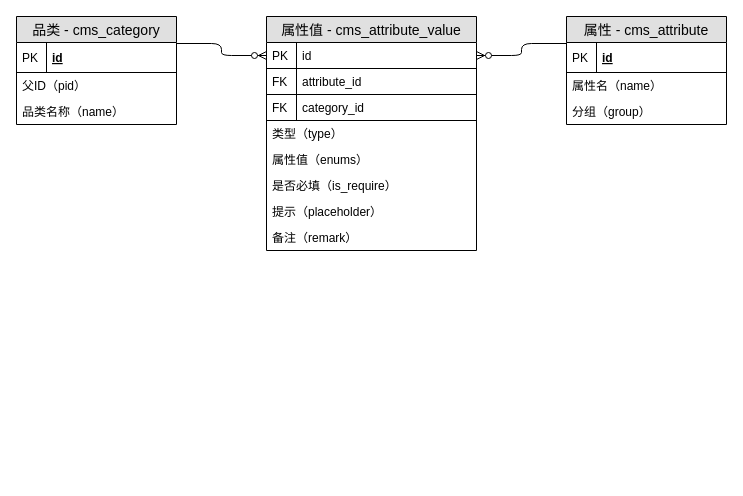
jason-live/flow keeps this draw.io diagram as 技术架构.drawio. Above is the earlier version. Source tidied: cells renumbered, new cells numbered last; positions are measured from the earlier drawing's top-left corner, leaving out a move shared by most shapes. Both pictures are drawn from the tidied source at 100%, with x=0, y=0 at pixel (16, 16).
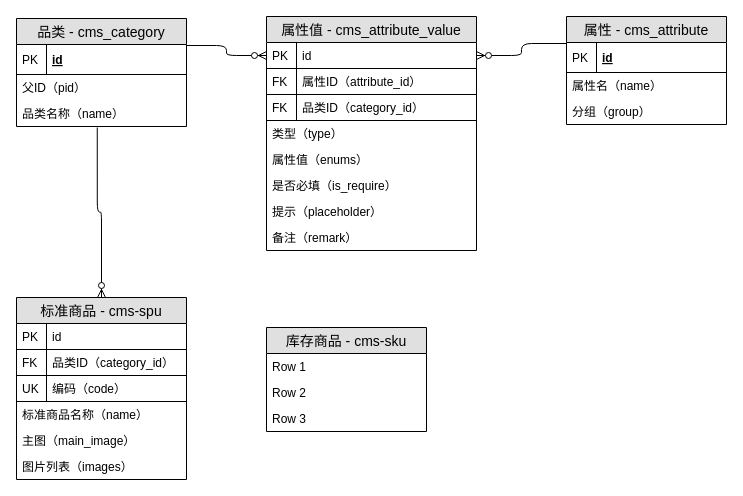
The same page after the edit.

Commit message (it also covers changes not shown here):
更新技术架构.drawio

Unchanged cells that the change refers to:
```xml
<mxCell id="12" value="属性值 - cms_attribute_value" style="swimlane;fontStyle=0;horizontal=1;startSize=26;fillColor=#e0e0e0;swimlaneFillColor=#ffffff;align=center;fontSize=14;" parent="1" vertex="1">
  <mxGeometry x="250" width="210" height="234" as="geometry" />
</mxCell>
```

What changed in the source:
```diff
@@
-    <mxCell id="2" value="品类 - cms_category" style="swimlane;fontStyle=0;horizontal=1;startSize=26;fillColor=#e0e0e0;swimlaneFillColor=#ffffff;align=center;fontSize=14;" parent="1" vertex="1">
-      <mxGeometry width="160" height="108" as="geometry" />
-    </mxCell>
-    <mxCell id="3" value="id" style="shape=partialRectangle;top=0;left=0;right=0;bottom=1;align=left;verticalAlign=middle;fillColor=none;spacingLeft=34;spacingRight=4;overflow=hidden;fontStyle=5;fontSize=12;" parent="2" vertex="1">
-      <mxGeometry y="26" width="160" height="30" as="geometry" />
-    </mxCell>
-    <mxCell id="4" value="PK" style="shape=partialRectangle;top=0;left=0;bottom=0;fillColor=none;align=left;verticalAlign=middle;spacingLeft=4;spacingRight=4;overflow=hidden;fontSize=12;" parent="3" vertex="1">
-      <mxGeometry width="30" height="30" as="geometry" />
-    </mxCell>
-    <mxCell id="5" value="父ID（pid）" style="text;strokeColor=none;fillColor=none;spacingLeft=4;spacingRight=4;overflow=hidden;fontSize=12;" parent="2" vertex="1">
-      <mxGeometry y="56" width="160" height="26" as="geometry" />
-    </mxCell>
-    <mxCell id="6" value="品类名称（name）" style="text;strokeColor=none;fillColor=none;spacingLeft=4;spacingRight=4;overflow=hidden;points=[[0,0.5],[1,0.5]];portConstraint=eastwest;fontSize=12;" parent="2" vertex="1">
-      <mxGeometry y="82" width="160" height="26" as="geometry" />
-    </mxCell>
@@
-    <mxCell id="15" value="attribute_id" style="shape=partialRectangle;top=0;left=0;right=0;bottom=1;align=left;verticalAlign=top;fillColor=none;spacingLeft=34;spacingRight=4;overflow=hidden;fontSize=12;" parent="12" vertex="1">
+    <mxCell id="15" value="属性ID（attribute_id）" style="shape=partialRectangle;top=0;left=0;right=0;bottom=1;align=left;verticalAlign=top;fillColor=none;spacingLeft=34;spacingRight=4;overflow=hidden;fontSize=12;" parent="12" vertex="1">
       <mxGeometry y="52" width="210" height="26" as="geometry" />
     </mxCell>
@@
-    <mxCell id="17" value="category_id" style="shape=partialRectangle;top=0;left=0;right=0;bottom=1;align=left;verticalAlign=top;fillColor=none;spacingLeft=34;spacingRight=4;overflow=hidden;fontSize=12;" parent="12" vertex="1">
+    <mxCell id="17" value="品类ID（category_id）" style="shape=partialRectangle;top=0;left=0;right=0;bottom=1;align=left;verticalAlign=top;fillColor=none;spacingLeft=34;spacingRight=4;overflow=hidden;fontSize=12;" parent="12" vertex="1">
       <mxGeometry y="78" width="210" height="26" as="geometry" />
     </mxCell>
@@
+    <mxCell id="26" value="标准商品 - cms-spu" style="swimlane;fontStyle=0;horizontal=1;startSize=26;fillColor=#e0e0e0;swimlaneFillColor=#ffffff;align=center;fontSize=14;" parent="1" vertex="1">
+      <mxGeometry y="281" width="170" height="182" as="geometry" />
+    </mxCell>
+    <mxCell id="27" value="id" style="shape=partialRectangle;top=0;left=0;right=0;bottom=1;align=left;verticalAlign=top;fillColor=none;spacingLeft=34;spacingRight=4;overflow=hidden;fontSize=12;" parent="26" vertex="1">
+      <mxGeometry y="26" width="170" height="26" as="geometry" />
+    </mxCell>
+    <mxCell id="28" value="PK" style="shape=partialRectangle;top=0;left=0;bottom=0;fillColor=none;align=left;verticalAlign=top;spacingLeft=4;spacingRight=4;overflow=hidden;fontSize=12;" parent="27" vertex="1">
+      <mxGeometry width="30" height="26" as="geometry" />
+    </mxCell>
+    <mxCell id="29" value="品类ID（category_id）" style="shape=partialRectangle;top=0;left=0;right=0;bottom=1;align=left;verticalAlign=top;fillColor=none;spacingLeft=34;spacingRight=4;overflow=hidden;fontSize=12;" parent="26" vertex="1">
+      <mxGeometry y="52" width="170" height="26" as="geometry" />
+    </mxCell>
+    <mxCell id="30" value="FK" style="shape=partialRectangle;top=0;left=0;bottom=0;fillColor=none;align=left;verticalAlign=top;spacingLeft=4;spacingRight=4;overflow=hidden;fontSize=12;" parent="29" vertex="1">
+      <mxGeometry width="30" height="26" as="geometry" />
+    </mxCell>
+    <mxCell id="31" value="编码（code）" style="shape=partialRectangle;top=0;left=0;right=0;bottom=1;align=left;verticalAlign=top;fillColor=none;spacingLeft=34;spacingRight=4;overflow=hidden;fontSize=12;" parent="26" vertex="1">
+      <mxGeometry y="78" width="170" height="26" as="geometry" />
+    </mxCell>
+    <mxCell id="32" value="UK" style="shape=partialRectangle;top=0;left=0;bottom=0;fillColor=none;align=left;verticalAlign=top;spacingLeft=4;spacingRight=4;overflow=hidden;fontSize=12;" parent="31" vertex="1">
+      <mxGeometry width="30" height="26" as="geometry" />
+    </mxCell>
+    <mxCell id="33" value="标准商品名称（name）" style="text;strokeColor=none;fillColor=none;spacingLeft=4;spacingRight=4;overflow=hidden;fontSize=12;" parent="26" vertex="1">
+      <mxGeometry y="104" width="170" height="26" as="geometry" />
+    </mxCell>
+    <mxCell id="34" value="主图（main_image）" style="text;strokeColor=none;fillColor=none;spacingLeft=4;spacingRight=4;overflow=hidden;fontSize=12;" parent="26" vertex="1">
+      <mxGeometry y="130" width="170" height="26" as="geometry" />
+    </mxCell>
+    <mxCell id="35" value="图片列表（images）" style="text;strokeColor=none;fillColor=none;spacingLeft=4;spacingRight=4;overflow=hidden;fontSize=12;" parent="26" vertex="1">
+      <mxGeometry y="156" width="170" height="26" as="geometry" />
+    </mxCell>
+    <mxCell id="36" style="fontSize=12;html=1;endArrow=ERzeroToMany;endFill=1;entryX=0.5;entryY=0;entryDx=0;entryDy=0;exitX=0.475;exitY=1.038;exitDx=0;exitDy=0;exitPerimeter=0;edgeStyle=orthogonalEdgeStyle;" parent="1" edge="1" source="6" target="26">
+      <mxGeometry relative="1" as="geometry" />
+    </mxCell>
+    <mxCell id="37" value="库存商品 - cms-sku" style="swimlane;fontStyle=0;horizontal=1;startSize=26;fillColor=#e0e0e0;swimlaneFillColor=#ffffff;align=center;fontSize=14;" parent="1" vertex="1">
+      <mxGeometry x="250" y="311" width="160" height="104" as="geometry" />
+    </mxCell>
+    <mxCell id="38" value="Row 1" style="text;strokeColor=none;fillColor=none;spacingLeft=4;spacingRight=4;overflow=hidden;fontSize=12;" parent="37" vertex="1">
+      <mxGeometry y="26" width="160" height="26" as="geometry" />
+    </mxCell>
+    <mxCell id="39" value="Row 2" style="text;strokeColor=none;fillColor=none;spacingLeft=4;spacingRight=4;overflow=hidden;fontSize=12;" parent="37" vertex="1">
+      <mxGeometry y="52" width="160" height="26" as="geometry" />
+    </mxCell>
+    <mxCell id="40" value="Row 3" style="text;strokeColor=none;fillColor=none;spacingLeft=4;spacingRight=4;overflow=hidden;fontSize=12;" parent="37" vertex="1">
+      <mxGeometry y="78" width="160" height="26" as="geometry" />
+    </mxCell>
+    <mxCell id="2" value="品类 - cms_category" style="swimlane;fontStyle=0;horizontal=1;startSize=26;fillColor=#e0e0e0;swimlaneFillColor=#ffffff;align=center;fontSize=14;" parent="1" vertex="1">
+      <mxGeometry y="2" width="170" height="108" as="geometry" />
+    </mxCell>
+    <mxCell id="3" value="id" style="shape=partialRectangle;top=0;left=0;right=0;bottom=1;align=left;verticalAlign=middle;fillColor=none;spacingLeft=34;spacingRight=4;overflow=hidden;fontStyle=5;fontSize=12;" parent="2" vertex="1">
+      <mxGeometry y="26" width="170" height="30" as="geometry" />
+    </mxCell>
+    <mxCell id="4" value="PK" style="shape=partialRectangle;top=0;left=0;bottom=0;fillColor=none;align=left;verticalAlign=middle;spacingLeft=4;spacingRight=4;overflow=hidden;fontSize=12;" parent="3" vertex="1">
+      <mxGeometry width="30" height="30" as="geometry" />
+    </mxCell>
+    <mxCell id="5" value="父ID（pid）" style="text;strokeColor=none;fillColor=none;spacingLeft=4;spacingRight=4;overflow=hidden;fontSize=12;" parent="2" vertex="1">
+      <mxGeometry y="56" width="170" height="26" as="geometry" />
+    </mxCell>
+    <mxCell id="6" value="品类名称（name）" style="text;strokeColor=none;fillColor=none;spacingLeft=4;spacingRight=4;overflow=hidden;points=[[0,0.5],[1,0.5]];portConstraint=eastwest;fontSize=12;" parent="2" vertex="1">
+      <mxGeometry y="82" width="170" height="26" as="geometry" />
+    </mxCell>
```
